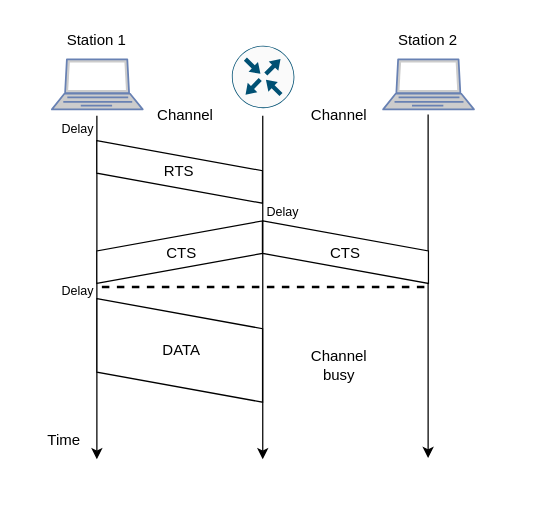
The draw.io diagram page "Trang-2" (2 of 3) of Procedure.drawio in lehoangnam1803/DATA_Comm_Group2_CSMA_CA, before the edit. Source tidied: cells renumbered, new cells numbered last; positions are measured from the earlier drawing's top-left corner, leaving out a move shared by most shapes. Both pictures are drawn from the tidied source at 125%, with x=0, y=0 at pixel (26, 21).
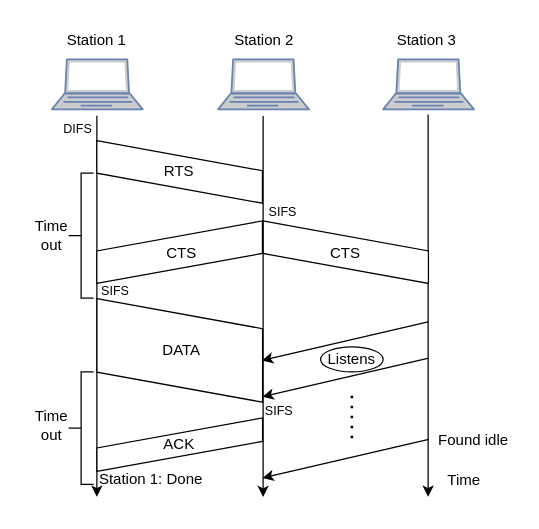
The same page after the edit.

The edit, as a diff of the source:
```diff
@@
-    <mxCell id="3" style="sketch=0;verticalLabelPosition=bottom;html=1;verticalAlign=top;align=center;shape=mxgraph.cisco19.rect;prIcon=router;fillColor=#FAFAFA;strokeColor=#005073;" parent="1" vertex="1">
-      <mxGeometry x="164" y="19" width="50" height="50" as="geometry" />
-    </mxCell>
@@
     <mxCell id="6" value="Station 2" style="text;html=1;align=center;verticalAlign=middle;whiteSpace=wrap;rounded=0;" parent="1" vertex="1">
-      <mxGeometry x="291.4" width="60" height="30" as="geometry" />
+      <mxGeometry x="160" width="60" height="30" as="geometry" />
     </mxCell>
-    <mxCell id="7" value="Channel" style="text;html=1;align=center;verticalAlign=middle;whiteSpace=wrap;rounded=0;" parent="1" vertex="1">
-      <mxGeometry x="97.2" y="60" width="60" height="30" as="geometry" />
-    </mxCell>
-    <mxCell id="8" value="Channel" style="text;html=1;align=center;verticalAlign=middle;whiteSpace=wrap;rounded=0;" parent="1" vertex="1">
-      <mxGeometry x="220" y="60" width="60" height="30" as="geometry" />
-    </mxCell>
     <mxCell id="9" style="endArrow=classic;html=1;rounded=0;" parent="1" edge="1">
       <mxGeometry relative="1" as="geometry">
         <mxPoint x="56" y="75" as="sourcePoint" />
-        <mxPoint x="56" y="350" as="targetPoint" />
+        <mxPoint x="56" y="380" as="targetPoint" />
       </mxGeometry>
     </mxCell>
-    <mxCell id="10" style="endArrow=classic;html=1;rounded=0;" parent="1" edge="1">
-      <mxGeometry relative="1" as="geometry">
-        <mxPoint x="188.7" y="75" as="sourcePoint" />
-        <mxPoint x="188.7" y="350" as="targetPoint" />
-      </mxGeometry>
-    </mxCell>
     <mxCell id="11" style="endArrow=classic;html=1;rounded=0;" parent="1" edge="1">
       <mxGeometry relative="1" as="geometry">
         <mxPoint x="321" y="74" as="sourcePoint" />
-        <mxPoint x="321" y="349" as="targetPoint" />
+        <mxPoint x="321" y="380" as="targetPoint" />
       </mxGeometry>
     </mxCell>
     <mxCell id="12" value="Time" style="text;html=1;align=center;verticalAlign=middle;whiteSpace=wrap;rounded=0;" parent="1" vertex="1">
-      <mxGeometry y="320" width="60" height="30" as="geometry" />
+      <mxGeometry x="330" y="355" width="40" height="23.2" as="geometry" />
     </mxCell>
@@
-    <mxCell id="21" style="endArrow=none;dashed=1;html=1;strokeWidth=2;rounded=0;" parent="1" edge="1">
-      <mxGeometry relative="1" as="geometry">
-        <mxPoint x="60" y="212" as="sourcePoint" />
-        <mxPoint x="320" y="212" as="targetPoint" />
-      </mxGeometry>
-    </mxCell>
-    <mxCell id="22" value="Channel busy" style="text;html=1;align=center;verticalAlign=middle;whiteSpace=wrap;rounded=0;" parent="1" vertex="1">
-      <mxGeometry x="220" y="260" width="60" height="30" as="geometry" />
-    </mxCell>
-    <mxCell id="23" value="Delay" style="text;html=1;align=center;verticalAlign=middle;whiteSpace=wrap;rounded=0;fontSize=10;" parent="1" vertex="1">
+    <mxCell id="23" value="DIFS" style="text;html=1;align=center;verticalAlign=middle;whiteSpace=wrap;rounded=0;fontSize=10;" parent="1" vertex="1">
       <mxGeometry x="26.4" y="80" width="30" height="10" as="geometry" />
     </mxCell>
-    <mxCell id="24" value="Delay" style="text;html=1;align=center;verticalAlign=middle;whiteSpace=wrap;rounded=0;fontSize=10;" parent="1" vertex="1">
+    <mxCell id="24" value="SIFS" style="text;html=1;align=center;verticalAlign=middle;whiteSpace=wrap;rounded=0;fontSize=10;" parent="1" vertex="1">
       <mxGeometry x="190" y="147" width="30" height="10" as="geometry" />
     </mxCell>
-    <mxCell id="25" value="Delay" style="text;html=1;align=center;verticalAlign=middle;whiteSpace=wrap;rounded=0;fontSize=10;" parent="1" vertex="1">
-      <mxGeometry x="26.4" y="210" width="30" height="10" as="geometry" />
+    <mxCell id="25" value="SIFS" style="text;html=1;align=center;verticalAlign=middle;whiteSpace=wrap;rounded=0;fontSize=10;" parent="1" vertex="1">
+      <mxGeometry x="56.4" y="210" width="30" height="10" as="geometry" />
     </mxCell>
+    <mxCell id="26" style="fontColor=#0066CC;verticalAlign=top;verticalLabelPosition=bottom;labelPosition=center;align=center;html=1;fillColor=#CCCCCC;strokeColor=#6881B3;gradientColor=none;gradientDirection=north;strokeWidth=2;shape=mxgraph.networks.laptop;" parent="1" vertex="1">
+      <mxGeometry x="153" y="30" width="72.7" height="40" as="geometry" />
+    </mxCell>
+    <mxCell id="27" value="Station 3" style="text;html=1;align=center;verticalAlign=middle;whiteSpace=wrap;rounded=0;" parent="1" vertex="1">
+      <mxGeometry x="290" width="60" height="30" as="geometry" />
+    </mxCell>
+    <mxCell id="28" style="strokeWidth=1;html=1;shape=mxgraph.flowchart.annotation_2;align=left;labelPosition=right;" parent="1" vertex="1">
+      <mxGeometry x="33.4" y="121" width="20" height="100" as="geometry" />
+    </mxCell>
+    <mxCell id="29" value="Time out" style="text;html=1;align=center;verticalAlign=middle;whiteSpace=wrap;rounded=0;" parent="1" vertex="1">
+      <mxGeometry x="-4" y="161" width="47.8" height="20" as="geometry" />
+    </mxCell>
+    <mxCell id="30" style="shape=parallelogram;perimeter=parallelogramPerimeter;whiteSpace=wrap;html=1;fixedSize=1;rotation=90;size=24;flipH=1;" parent="1" vertex="1">
+      <mxGeometry x="100.9" y="272" width="42.8" height="132.5" as="geometry" />
+    </mxCell>
+    <mxCell id="31" value="ACK" style="text;html=1;align=center;verticalAlign=middle;whiteSpace=wrap;rounded=0;" parent="1" vertex="1">
+      <mxGeometry x="92.2" y="323.2" width="60" height="30" as="geometry" />
+    </mxCell>
+    <mxCell id="32" value="SIFS" style="text;html=1;align=center;verticalAlign=middle;whiteSpace=wrap;rounded=0;fontSize=10;" parent="1" vertex="1">
+      <mxGeometry x="187" y="306" width="30" height="10" as="geometry" />
+    </mxCell>
+    <mxCell id="33" style="strokeWidth=1;html=1;shape=mxgraph.flowchart.annotation_2;align=left;labelPosition=right;" parent="1" vertex="1">
+      <mxGeometry x="33.4" y="280" width="20" height="90" as="geometry" />
+    </mxCell>
+    <mxCell id="34" value="Time out" style="text;html=1;align=center;verticalAlign=middle;whiteSpace=wrap;rounded=0;" parent="1" vertex="1">
+      <mxGeometry x="-4" y="313" width="47.8" height="20" as="geometry" />
+    </mxCell>
+    <mxCell id="35" value="Station 1: Done" style="text;html=1;align=center;verticalAlign=middle;whiteSpace=wrap;rounded=0;" parent="1" vertex="1">
+      <mxGeometry x="54.5" y="356" width="89.1" height="20" as="geometry" />
+    </mxCell>
+    <mxCell id="36" style="endArrow=classic;html=1;rounded=0;" parent="1" edge="1">
+      <mxGeometry relative="1" as="geometry">
+        <mxPoint x="321" y="240" as="sourcePoint" />
+        <mxPoint x="188" y="270.9" as="targetPoint" />
+      </mxGeometry>
+    </mxCell>
+    <mxCell id="37" style="endArrow=classic;html=1;rounded=0;" parent="1" edge="1">
+      <mxGeometry relative="1" as="geometry">
+        <mxPoint x="321.5" y="269" as="sourcePoint" />
+        <mxPoint x="188.5" y="299.9" as="targetPoint" />
+      </mxGeometry>
+    </mxCell>
+    <mxCell id="38" style="endArrow=classic;html=1;rounded=0;" parent="1" edge="1">
+      <mxGeometry relative="1" as="geometry">
+        <mxPoint x="321.5" y="334" as="sourcePoint" />
+        <mxPoint x="188.5" y="364.9" as="targetPoint" />
+      </mxGeometry>
+    </mxCell>
+    <mxCell id="39" style="endArrow=none;dashed=1;html=1;dashPattern=1 3;strokeWidth=2;rounded=0;" parent="1" edge="1">
+      <mxGeometry relative="1" as="geometry">
+        <mxPoint x="260" y="333" as="sourcePoint" />
+        <mxPoint x="260" y="293" as="targetPoint" />
+      </mxGeometry>
+    </mxCell>
+    <mxCell id="40" value="Found idle" style="text;html=1;align=center;verticalAlign=middle;whiteSpace=wrap;rounded=0;" parent="1" vertex="1">
+      <mxGeometry x="323" y="328" width="69.1" height="13.2" as="geometry" />
+    </mxCell>
+    <mxCell id="41" style="endArrow=classic;html=1;rounded=0;" parent="1" edge="1">
+      <mxGeometry relative="1" as="geometry">
+        <mxPoint x="189" y="75.2" as="sourcePoint" />
+        <mxPoint x="189" y="380.2" as="targetPoint" />
+      </mxGeometry>
+    </mxCell>
+    <mxCell id="42" value="Listens" style="ellipse;whiteSpace=wrap;html=1;" parent="1" vertex="1">
+      <mxGeometry x="235" y="260" width="50" height="20" as="geometry" />
+    </mxCell>
```
